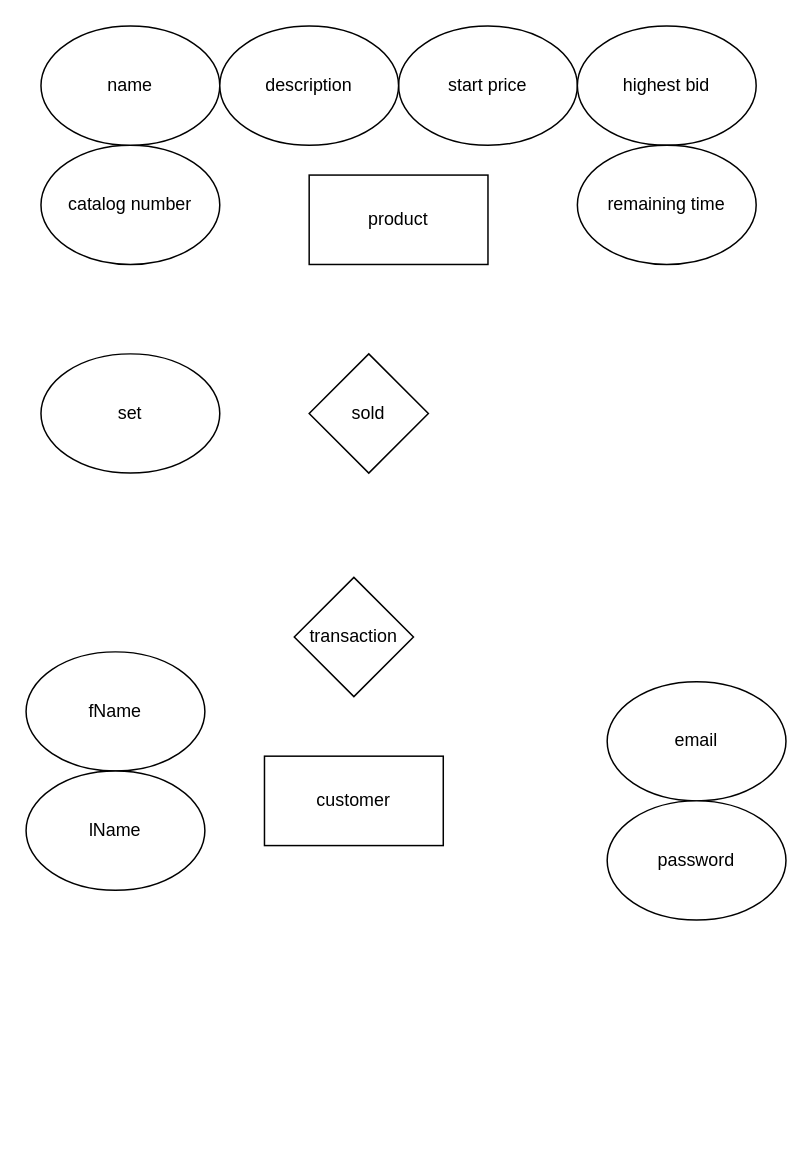
KateKatze/07.03_SQL keeps this draw.io diagram as page "Step 2_The ERM" (2 of 4) of Sanja ex1-3/ex3.drawio. Above is the earlier version. Source tidied: cells renumbered, new cells numbered last; positions are measured from the earlier drawing's top-left corner, leaving out a move shared by most shapes. Both pictures are drawn from the tidied source at 149%, with x=0, y=0 at pixel (25, 25).
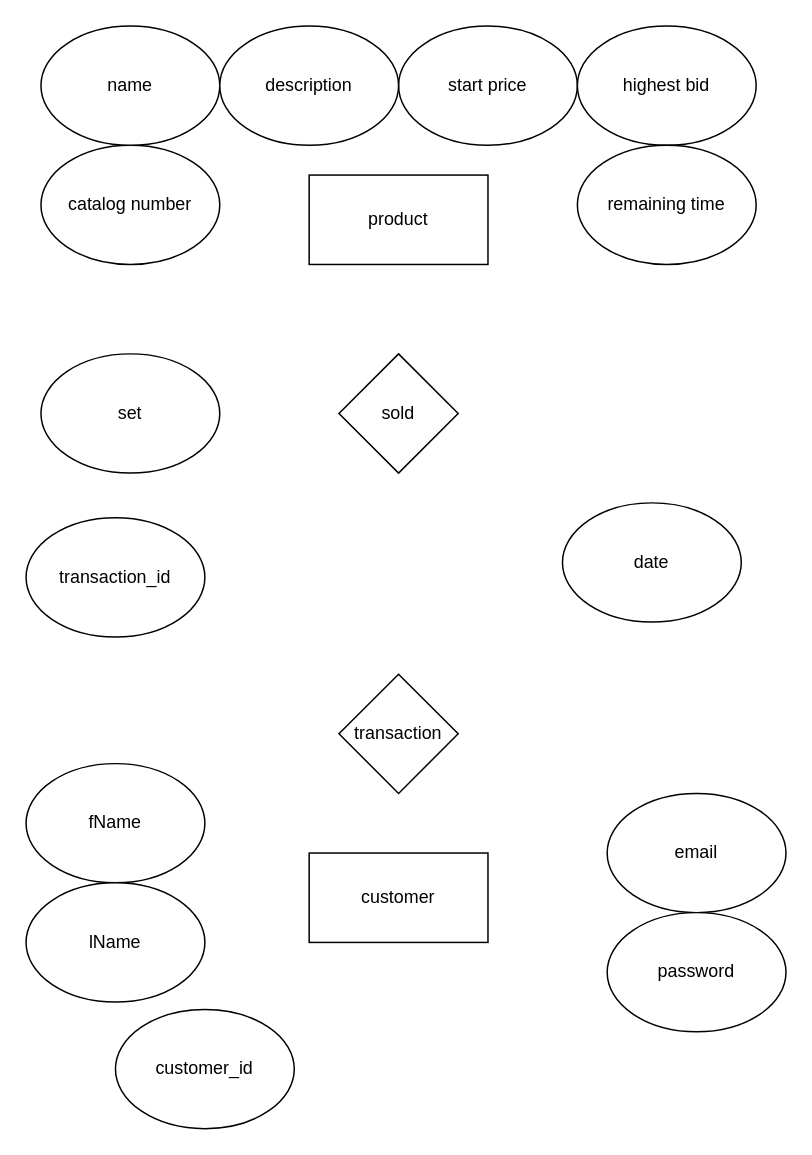
The same diagram, later.

What changed in the source:
```diff
@@
 <mxGraphModel>
   <root>
     <mxCell id="0" />
     <mxCell id="1" parent="0" />
     <mxCell id="2" value="product" style="rounded=0;whiteSpace=wrap;html=1;" parent="1" vertex="1">
       <mxGeometry x="190" y="100" width="120" height="60" as="geometry" />
     </mxCell>
     <mxCell id="3" value="customer" style="rounded=0;whiteSpace=wrap;html=1;" parent="1" vertex="1">
-      <mxGeometry x="160" y="490" width="120" height="60" as="geometry" />
+      <mxGeometry x="190" y="555" width="120" height="60" as="geometry" />
     </mxCell>
     <mxCell id="4" value="email" style="ellipse;whiteSpace=wrap;html=1;" parent="1" vertex="1">
-      <mxGeometry x="390" y="440" width="120" height="80" as="geometry" />
+      <mxGeometry x="390" y="515" width="120" height="80" as="geometry" />
     </mxCell>
     <mxCell id="5" value="fName" style="ellipse;whiteSpace=wrap;html=1;" parent="1" vertex="1">
-      <mxGeometry y="420" width="120" height="80" as="geometry" />
+      <mxGeometry y="495" width="120" height="80" as="geometry" />
     </mxCell>
     <mxCell id="6" value="lName" style="ellipse;whiteSpace=wrap;html=1;" parent="1" vertex="1">
-      <mxGeometry y="500" width="120" height="80" as="geometry" />
+      <mxGeometry y="575" width="120" height="80" as="geometry" />
     </mxCell>
     <mxCell id="7" value="password" style="ellipse;whiteSpace=wrap;html=1;" parent="1" vertex="1">
-      <mxGeometry x="390" y="520" width="120" height="80" as="geometry" />
+      <mxGeometry x="390" y="595" width="120" height="80" as="geometry" />
     </mxCell>
     <mxCell id="8" value="set" style="ellipse;whiteSpace=wrap;html=1;" parent="1" vertex="1">
       <mxGeometry x="10" y="220" width="120" height="80" as="geometry" />
     </mxCell>
     <mxCell id="9" value="transaction" style="rhombus;whiteSpace=wrap;html=1;" parent="1" vertex="1">
-      <mxGeometry x="180" y="370" width="80" height="80" as="geometry" />
+      <mxGeometry x="210" y="435" width="80" height="80" as="geometry" />
     </mxCell>
     <mxCell id="10" value="catalog number" style="ellipse;whiteSpace=wrap;html=1;" parent="1" vertex="1">
       <mxGeometry x="10" y="80" width="120" height="80" as="geometry" />
     </mxCell>
     <mxCell id="11" value="start price" style="ellipse;whiteSpace=wrap;html=1;" parent="1" vertex="1">
       <mxGeometry x="250" width="120" height="80" as="geometry" />
     </mxCell>
     <mxCell id="12" value="highest bid" style="ellipse;whiteSpace=wrap;html=1;" parent="1" vertex="1">
       <mxGeometry x="370" width="120" height="80" as="geometry" />
     </mxCell>
     <mxCell id="13" value="remaining time" style="ellipse;whiteSpace=wrap;html=1;" parent="1" vertex="1">
       <mxGeometry x="370" y="80" width="120" height="80" as="geometry" />
     </mxCell>
     <mxCell id="14" value="sold" style="rhombus;whiteSpace=wrap;html=1;" parent="1" vertex="1">
-      <mxGeometry x="190" y="220" width="80" height="80" as="geometry" />
+      <mxGeometry x="210" y="220" width="80" height="80" as="geometry" />
     </mxCell>
     <mxCell id="15" value="name" style="ellipse;whiteSpace=wrap;html=1;" parent="1" vertex="1">
       <mxGeometry x="10" width="120" height="80" as="geometry" />
     </mxCell>
     <mxCell id="16" value="description" style="ellipse;whiteSpace=wrap;html=1;" parent="1" vertex="1">
       <mxGeometry x="130" width="120" height="80" as="geometry" />
     </mxCell>
+    <mxCell id="17" value="date" style="ellipse;whiteSpace=wrap;html=1;" parent="1" vertex="1">
+      <mxGeometry x="360" y="320" width="120" height="80" as="geometry" />
+    </mxCell>
+    <mxCell id="18" value="transaction_id" style="ellipse;whiteSpace=wrap;html=1;" parent="1" vertex="1">
+      <mxGeometry y="330" width="120" height="80" as="geometry" />
+    </mxCell>
+    <mxCell id="19" value="customer_id" style="ellipse;whiteSpace=wrap;html=1;" parent="1" vertex="1">
+      <mxGeometry x="60" y="660" width="120" height="80" as="geometry" />
+    </mxCell>
   </root>
 </mxGraphModel>
```
